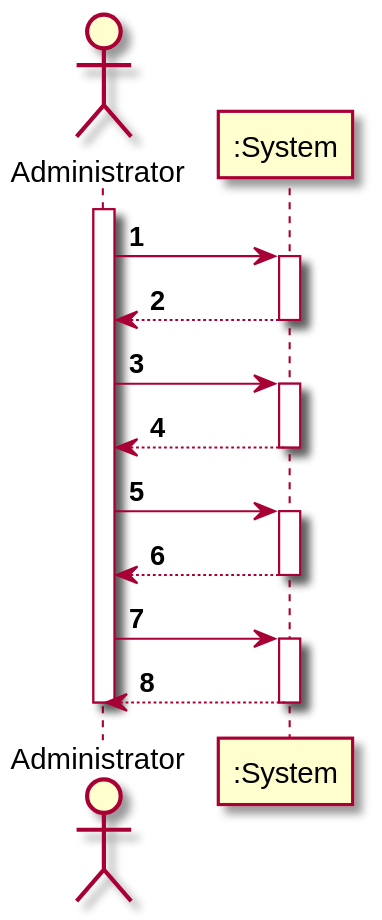
The PlantUML diagram docs/SprintC/US14/US14_SSD.svg in manu-07-ela/LAPR2_ISEP, before a commit.
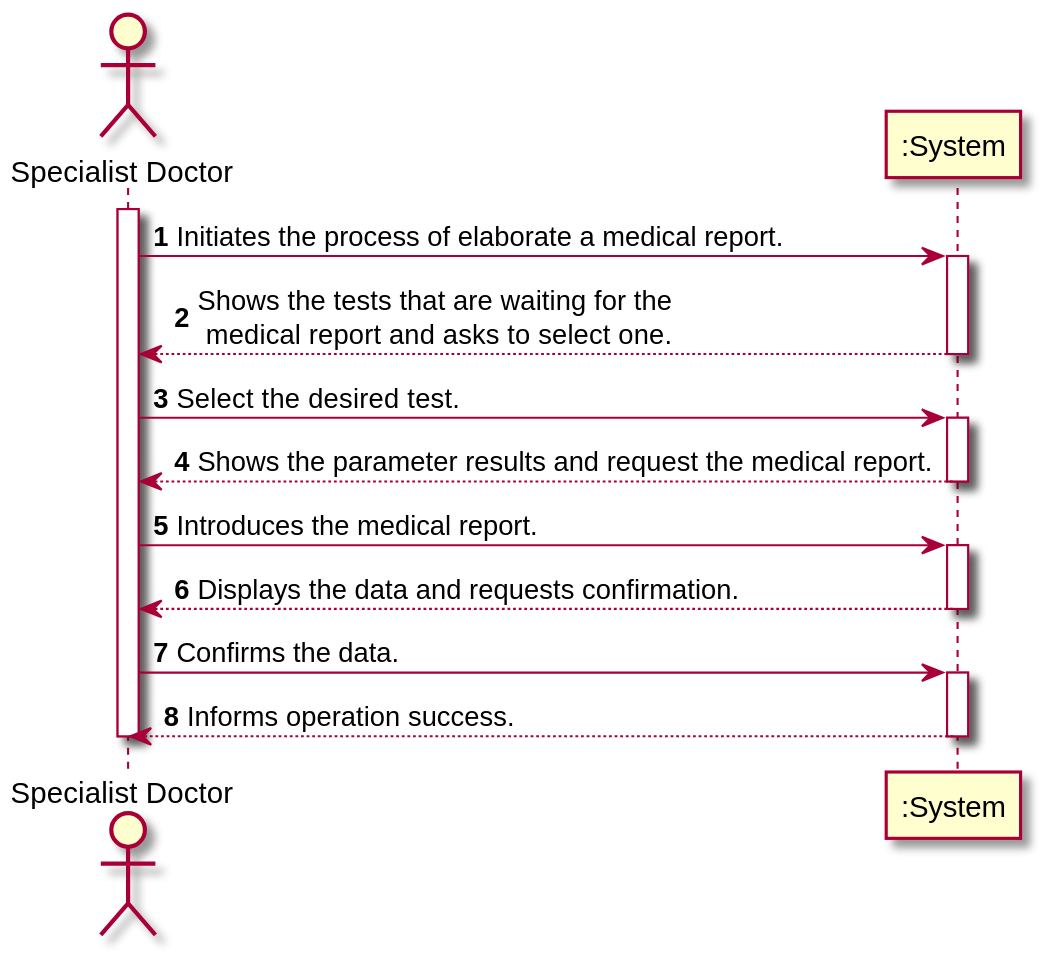
The same diagram one commit later.

Change to the diagram source:
```diff
@@ -1,30 +1,30 @@
 @startuml
 autonumber
-actor "Administrator" as Adm
+actor "Specialist Doctor" as Doctor
 
-activate Adm
-Adm -> ":System" :
+activate Doctor
+Doctor -> ":System" : Initiates the process of elaborate a medical report.
 activate ":System"
-":System" --> Adm :
+":System" --> Doctor : Shows the tests that are waiting for the \n medical report and asks to select one.
 deactivate ":System"
 
-Adm -> ":System" :
+Doctor -> ":System" :  Select the desired test.
 activate ":System"
-":System" --> Adm :
+":System" --> Doctor : Shows the parameter results and request the medical report.
 deactivate ":System"
 
-Adm -> ":System" :
+Doctor-> ":System" : Introduces the medical report.
 activate ":System"
 
 
-":System" --> Adm :
+":System" --> Doctor : Displays the data and requests confirmation.
 deactivate ":System"
 
-Adm -> ":System" :
+Doctor-> ":System" : Confirms the data.
 activate ":System"
-":System" --> Adm :
+":System" --> Doctor : Informs operation success.
 deactivate ":System"
 
-deactivate Adm
+deactivate Doctor
 
 @enduml
```
